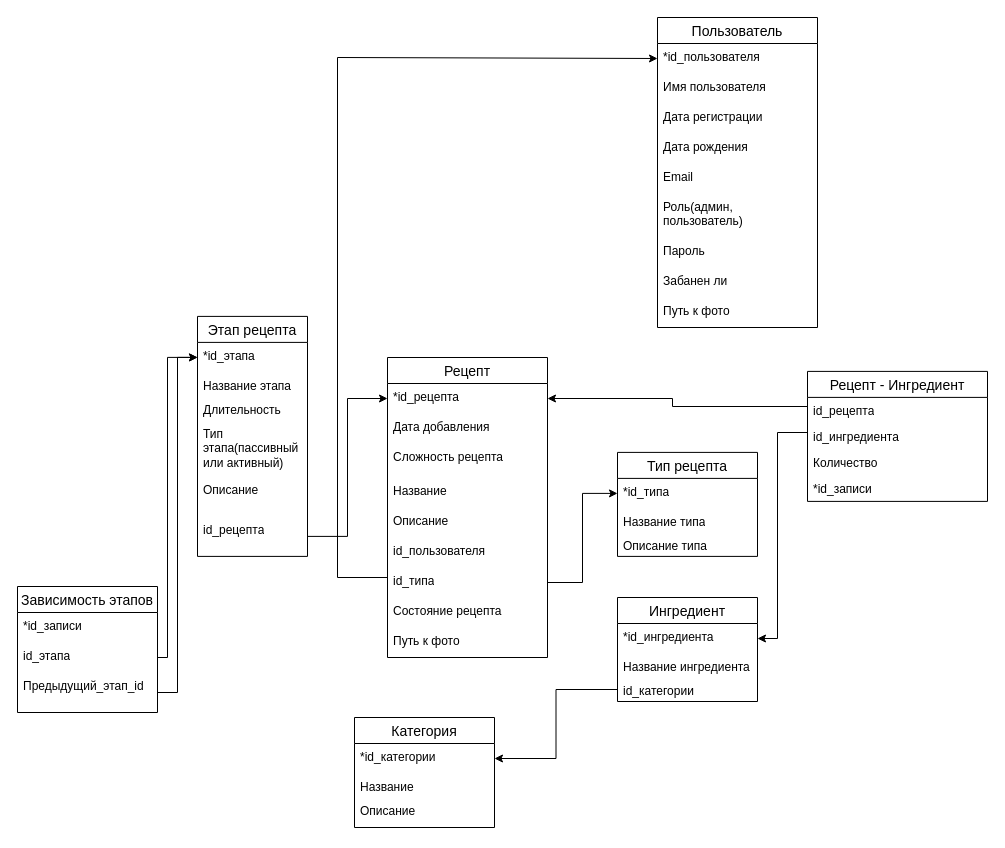
Before: doc/relational.drawio in pestlain34/A_Graph-Based_System_for_Intelligent_Culinary_Process_Sequencing, a draw.io diagram. Source tidied: cells renumbered, new cells numbered last; positions are measured from the earlier drawing's top-left corner, leaving out a move shared by most shapes. Both pictures are drawn from the tidied source at 100%, with x=0, y=0 at pixel (17, 17).
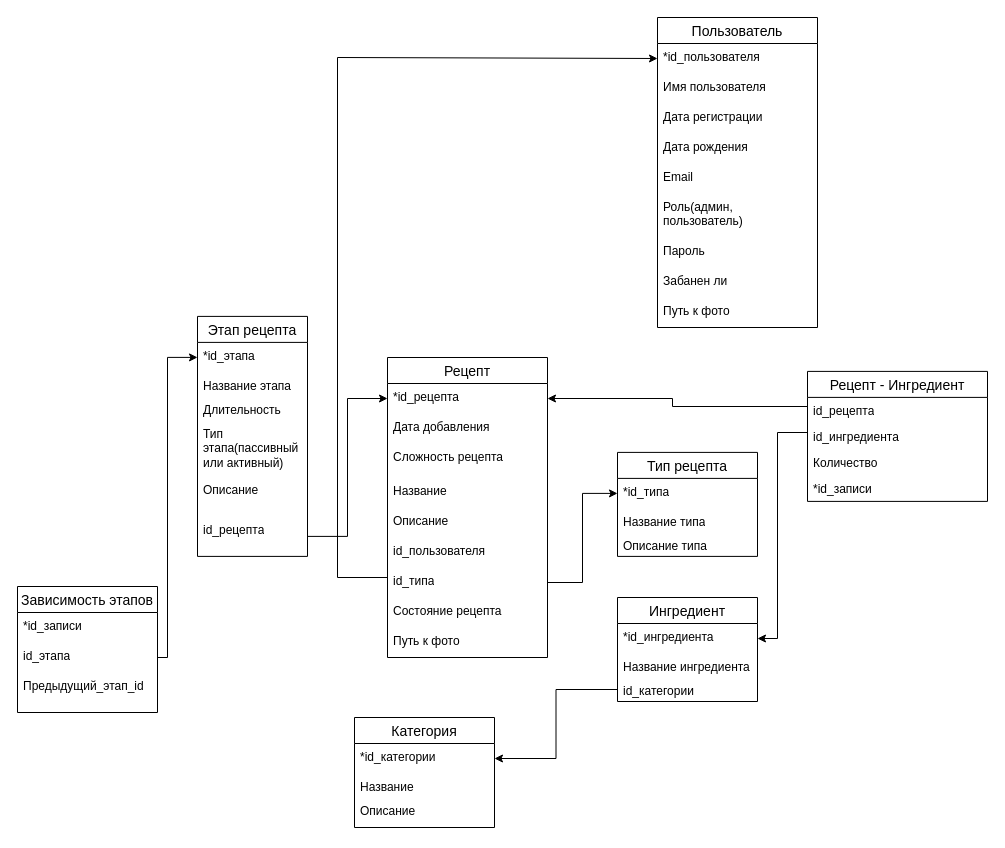
Above is the later version.

The change refers to these unchanged cells:
```xml
<mxCell id="23" value="*id_этапа" style="text;strokeColor=none;fillColor=none;spacingLeft=4;spacingRight=4;overflow=hidden;points=[[0,0.5],[1,0.5]];portConstraint=eastwest;fontSize=12;whiteSpace=wrap;html=1;" parent="22" vertex="1">
  <mxGeometry y="26" width="110" height="30" as="geometry" />
</mxCell>
<mxCell id="32" value="Предыдущий_этап_id" style="text;strokeColor=none;fillColor=none;spacingLeft=4;spacingRight=4;overflow=hidden;points=[[0,0.5],[1,0.5]];portConstraint=eastwest;fontSize=12;whiteSpace=wrap;html=1;" parent="29" vertex="1">
  <mxGeometry y="86" width="140" height="40" as="geometry" />
</mxCell>
```

Diff of the diagram source:
```diff
@@
-    <mxCell id="51" style="edgeStyle=orthogonalEdgeStyle;rounded=0;jettySize=auto;html=1;entryX=0;entryY=0.5;entryDx=0;entryDy=0;" parent="1" edge="1" source="32" target="23">
-      <mxGeometry relative="1" as="geometry" />
-    </mxCell>
```
